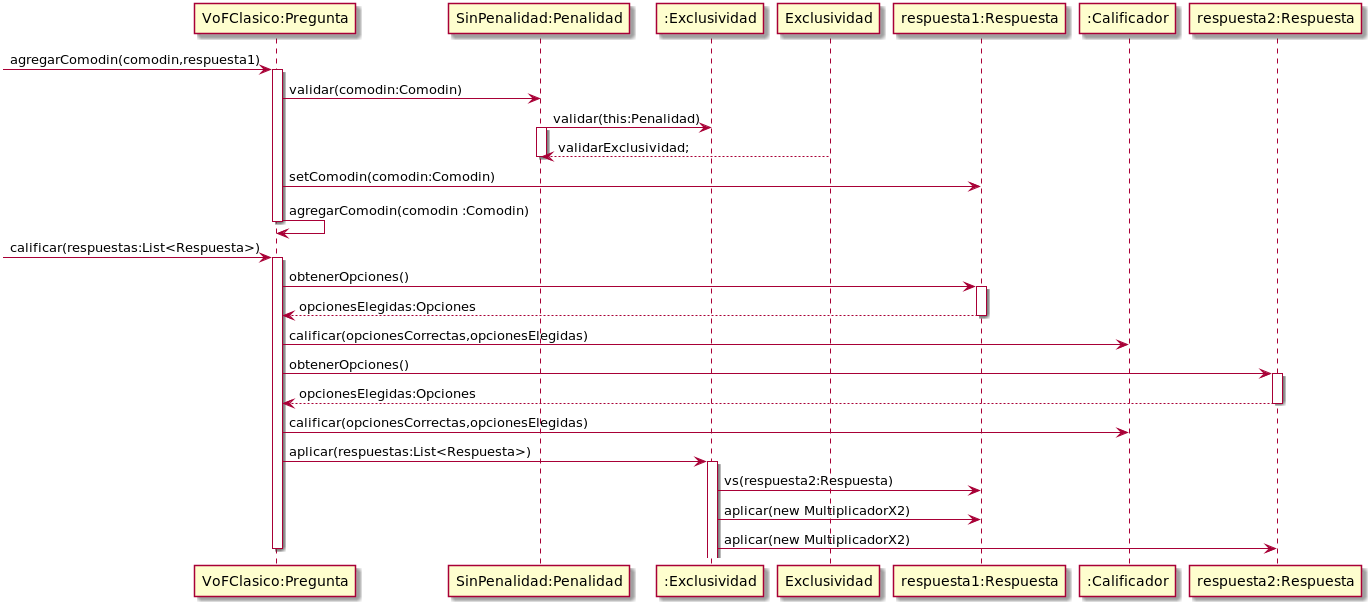
Earlier version of the PlantUML export src/main/java/edu/fiuba/algo3/Diagramas/png/DS/DSComodin3.png (Alex1161/TP2).
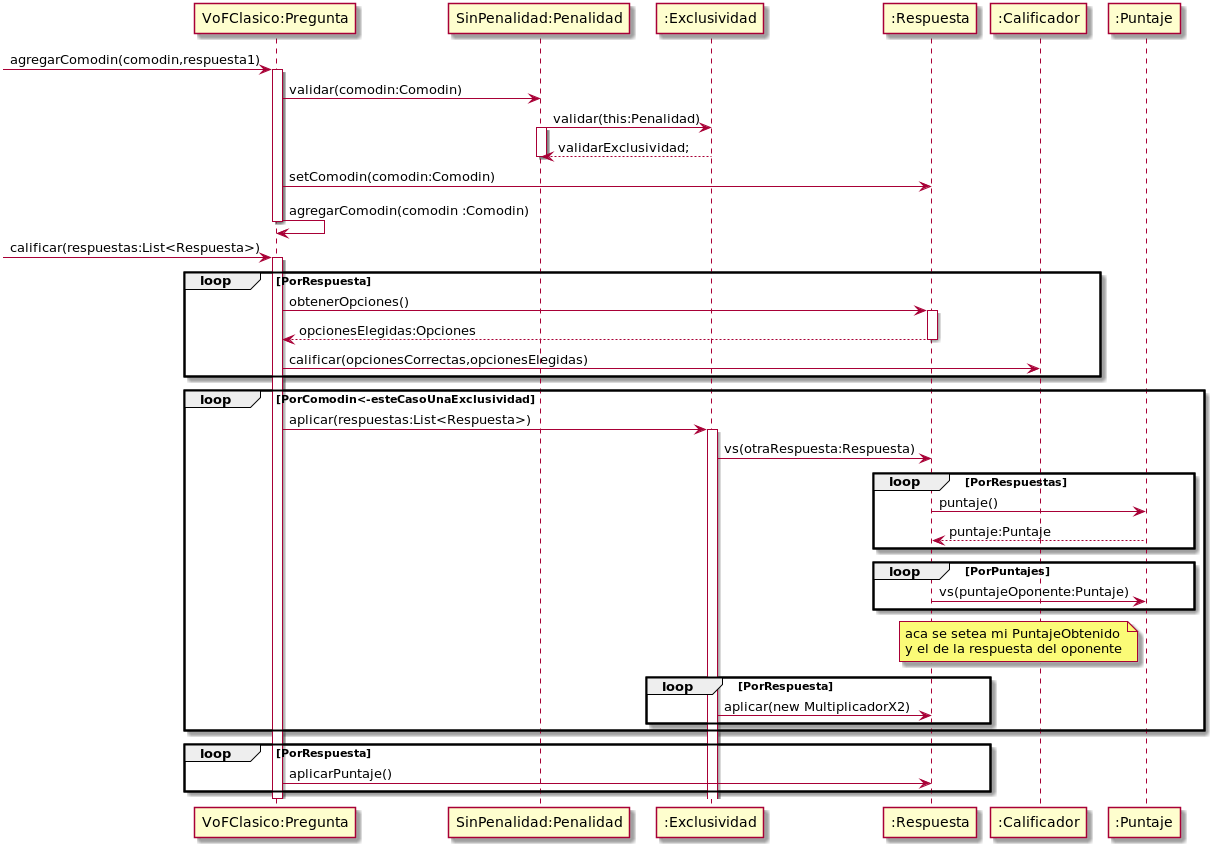
After the change.

Commit message:
diagrama Comodin3 en proceso

Change to the diagram source:
```diff
@@ -4,33 +4,43 @@
 "VoFClasico:Pregunta" -> "SinPenalidad:Penalidad":validar(comodin:Comodin)
 "SinPenalidad:Penalidad"->":Exclusividad":validar(this:Penalidad)
 activate "SinPenalidad:Penalidad"
-"Exclusividad"-->"SinPenalidad:Penalidad":validarExclusividad;
+":Exclusividad"-->"SinPenalidad:Penalidad":validarExclusividad;
  deactivate "SinPenalidad:Penalidad"
- "VoFClasico:Pregunta"->"respuesta1:Respuesta":setComodin(comodin:Comodin)
+ "VoFClasico:Pregunta"->":Respuesta":setComodin(comodin:Comodin)
 "VoFClasico:Pregunta" ->"VoFClasico:Pregunta" :agregarComodin(comodin :Comodin)
 deactivate "VoFClasico:Pregunta"
 
 [->"VoFClasico:Pregunta":calificar(respuestas:List<Respuesta>)
+loop PorRespuesta
 activate "VoFClasico:Pregunta"
-"VoFClasico:Pregunta"->"respuesta1:Respuesta":obtenerOpciones()
-activate "respuesta1:Respuesta"
-"respuesta1:Respuesta"-->"VoFClasico:Pregunta": opcionesElegidas:Opciones
-deactivate "respuesta1:Respuesta"
+"VoFClasico:Pregunta"->":Respuesta":obtenerOpciones()
+activate ":Respuesta"
+":Respuesta"-->"VoFClasico:Pregunta": opcionesElegidas:Opciones
+deactivate ":Respuesta"
 "VoFClasico:Pregunta"->":Calificador":calificar(opcionesCorrectas,opcionesElegidas)
-
-"VoFClasico:Pregunta"->"respuesta2:Respuesta":obtenerOpciones()
-activate "respuesta2:Respuesta"
-"respuesta2:Respuesta"-->"VoFClasico:Pregunta": opcionesElegidas:Opciones
-deactivate "respuesta2:Respuesta"
-"VoFClasico:Pregunta"->":Calificador":calificar(opcionesCorrectas,opcionesElegidas)
-
+end
+loop PorComodin<-esteCasoUnaExclusividad
 "VoFClasico:Pregunta"->":Exclusividad":aplicar(respuestas:List<Respuesta>)
 activate ":Exclusividad"
- ":Exclusividad"->"respuesta1:Respuesta":vs(respuesta2:Respuesta)
-
- ":Exclusividad"->"respuesta1:Respuesta":aplicar(new MultiplicadorX2)
- ":Exclusividad"->"respuesta2:Respuesta":aplicar(new MultiplicadorX2)
-
+ ":Exclusividad"->":Respuesta":vs(otraRespuesta:Respuesta)
+ loop PorRespuestas
+ ":Respuesta"->":Puntaje":puntaje()
+ ":Puntaje"-->":Respuesta":puntaje:Puntaje
+end
+loop PorPuntajes
+":Respuesta"->":Puntaje":vs(puntajeOponente:Puntaje)
+end
+note left of ":Puntaje"
+aca se setea mi PuntajeObtenido
+y el de la respuesta del oponente
+end note
+loop PorRespuesta
+ ":Exclusividad"->":Respuesta":aplicar(new MultiplicadorX2)
+end
+end
+loop PorRespuesta
+"VoFClasico:Pregunta"-> ":Respuesta": aplicarPuntaje()
+end
 deactivate "VoFClasico:Pregunta"
 
 
```
